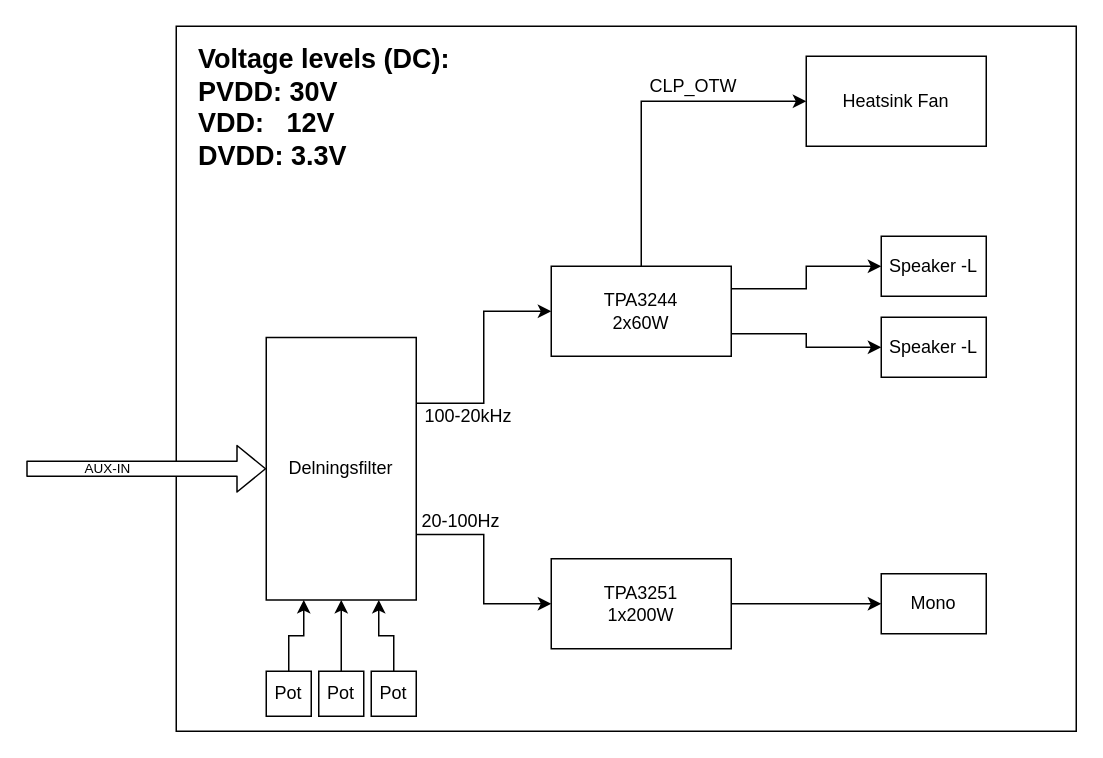
This is Documentation/Blockdiagram.drawio from JoeyStrandnes/TSTE93_Slutsteget, a draw.io file, before an edit. Source tidied: cells renumbered, new cells numbered last; positions are measured from the earlier drawing's top-left corner, leaving out a move shared by most shapes. Both pictures are drawn from the tidied source at 150%, with x=0, y=0 at pixel (26, 26).
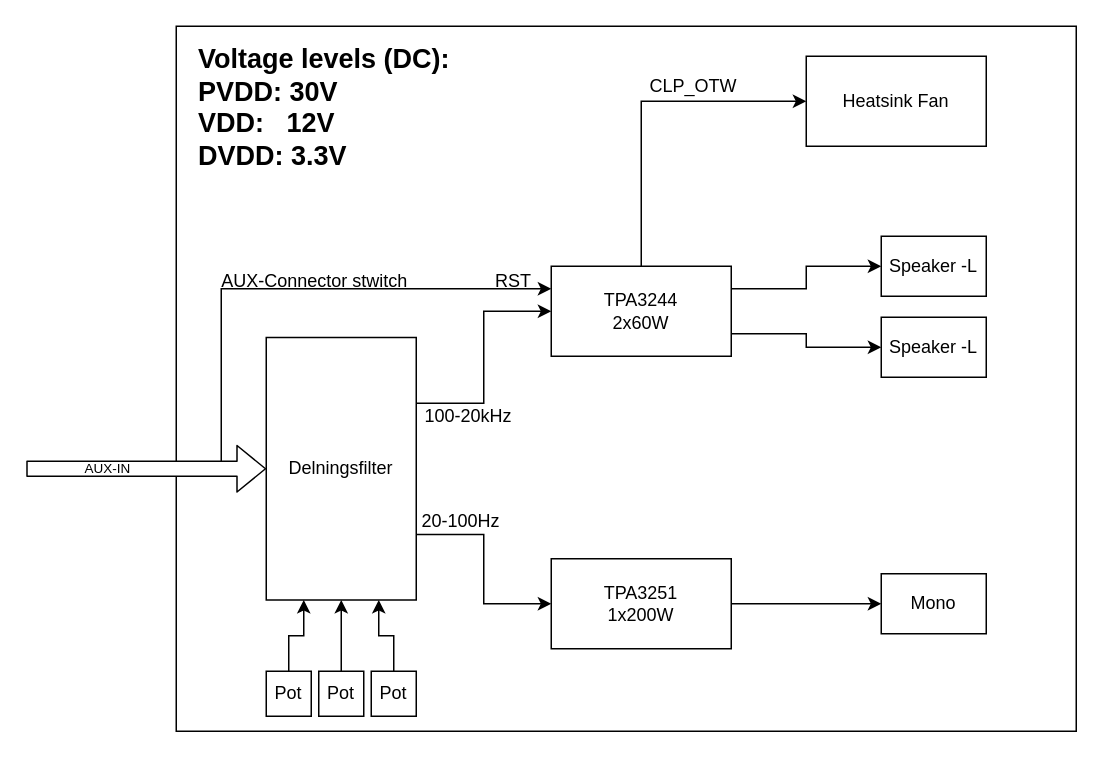
Above is the later version.

Commit message (it also covers changes not shown here):
Added connector reset line. System will be powered down if no cable is attached

Unchanged cells that the change refers to:
```xml
<mxCell id="6" value="TPA3244&lt;br&gt;2x60W" style="rounded=0;whiteSpace=wrap;html=1;fillColor=none;" parent="1" vertex="1">
  <mxGeometry x="350" y="160" width="120" height="60" as="geometry" />
</mxCell>
```

Diff of the diagram source:
```diff
@@
+    <mxCell id="28" style="endArrow=classic;html=1;fillColor=#ffffff;fontSize=9;entryX=0;entryY=0.25;entryDx=0;entryDy=0;rounded=0;" parent="1" edge="1" target="6">
+      <mxGeometry relative="1" as="geometry">
+        <mxPoint x="130" y="290" as="sourcePoint" />
+        <Array as="points">
+          <mxPoint x="130" y="175" />
+        </Array>
+      </mxGeometry>
+    </mxCell>
+    <mxCell id="29" value="AUX-Connector stwitch" style="text;html=1;strokeColor=none;fillColor=none;align=center;verticalAlign=middle;whiteSpace=wrap;rounded=0;" parent="1" vertex="1">
+      <mxGeometry x="125" y="160" width="135" height="20" as="geometry" />
+    </mxCell>
+    <mxCell id="30" value="RST" style="text;html=1;strokeColor=none;fillColor=none;align=center;verticalAlign=middle;whiteSpace=wrap;rounded=0;" parent="1" vertex="1">
+      <mxGeometry x="310" y="160" width="30" height="20" as="geometry" />
+    </mxCell>
```
